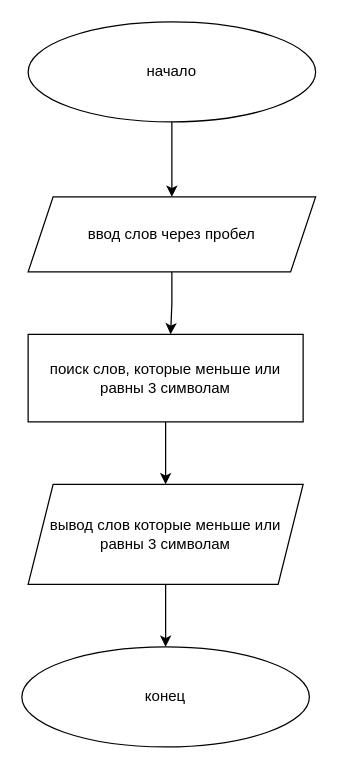
This is simple_sheme.drawio from kkssiinn/-, a draw.io file, before an edit. Source tidied: cells renumbered, new cells numbered last; positions are measured from the earlier drawing's top-left corner, leaving out a move shared by most shapes. Both pictures are drawn from the tidied source at 125%, with x=0, y=0 at pixel (21, 21).
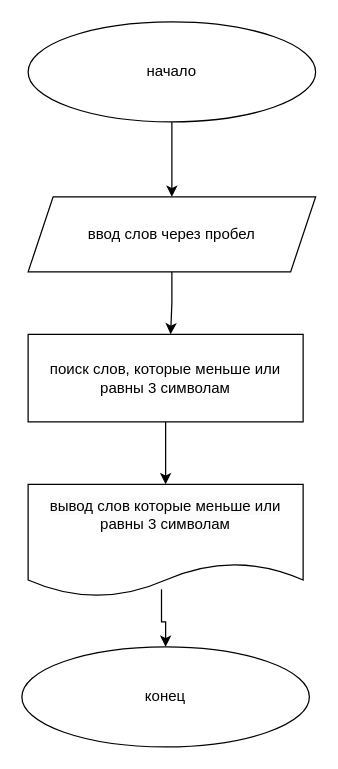
After the change.

Diff of the diagram source:
```diff
@@
 <mxGraphModel>
   <root>
     <mxCell id="0" />
     <mxCell id="1" parent="0" />
     <mxCell id="2" style="edgeStyle=orthogonalEdgeStyle;rounded=0;jettySize=auto;html=1;" parent="1" edge="1" source="3" target="5">
       <mxGeometry relative="1" as="geometry" />
     </mxCell>
     <mxCell id="3" value="начало" style="ellipse;whiteSpace=wrap;html=1;" parent="1" vertex="1">
       <mxGeometry x="5" width="230" height="80" as="geometry" />
     </mxCell>
     <mxCell id="4" style="edgeStyle=orthogonalEdgeStyle;rounded=0;jettySize=auto;html=1;" parent="1" edge="1" source="5">
       <mxGeometry relative="1" as="geometry">
         <mxPoint x="119" y="250" as="targetPoint" />
       </mxGeometry>
     </mxCell>
     <mxCell id="5" value="ввод слов через пробел" style="shape=parallelogram;perimeter=parallelogramPerimeter;whiteSpace=wrap;html=1;fixedSize=1;" parent="1" vertex="1">
       <mxGeometry x="5" y="140" width="230" height="60" as="geometry" />
     </mxCell>
     <mxCell id="6" style="edgeStyle=orthogonalEdgeStyle;rounded=0;orthogonalLoop=1;jettySize=auto;html=1;entryX=0;entryY=0.5;entryDx=0;entryDy=0;" parent="1" edge="1">
       <mxGeometry relative="1" as="geometry">
         <mxPoint x="282.8" y="370" as="targetPoint" />
         <Array as="points">
           <mxPoint x="244" y="480" />
           <mxPoint x="244" y="370" />
         </Array>
       </mxGeometry>
     </mxCell>
-    <mxCell id="7" style="edgeStyle=orthogonalEdgeStyle;rounded=0;jettySize=auto;html=1;" parent="1" edge="1" source="8" target="10">
+    <mxCell id="7" style="edgeStyle=orthogonalEdgeStyle;rounded=0;jettySize=auto;html=1;entryX=0.5;entryY=0;entryDx=0;entryDy=0;" parent="1" edge="1" source="8" target="10">
       <mxGeometry relative="1" as="geometry" />
     </mxCell>
     <mxCell id="8" value="поиск слов, которые меньше или равны 3 символам" style="rounded=0;whiteSpace=wrap;html=1;" parent="1" vertex="1">
       <mxGeometry x="5" y="250" width="220" height="70" as="geometry" />
     </mxCell>
-    <mxCell id="9" style="edgeStyle=orthogonalEdgeStyle;rounded=0;jettySize=auto;html=1;" parent="1" edge="1" source="10" target="11">
+    <mxCell id="9" style="edgeStyle=orthogonalEdgeStyle;rounded=0;jettySize=auto;html=1;exitX=0.485;exitY=0.932;exitDx=0;exitDy=0;exitPerimeter=0;" parent="1" edge="1" source="10" target="11">
       <mxGeometry relative="1" as="geometry" />
     </mxCell>
+    <mxCell id="11" value="конец" style="ellipse;whiteSpace=wrap;html=1;" parent="1" vertex="1">
+      <mxGeometry y="500" width="230" height="80" as="geometry" />
+    </mxCell>
-    <mxCell id="10" value="вывод слов которые меньше или равны 3 символам" style="shape=parallelogram;perimeter=parallelogramPerimeter;whiteSpace=wrap;html=1;fixedSize=1;" parent="1" vertex="1">
-      <mxGeometry x="5" y="370" width="220" height="80" as="geometry" />
+    <mxCell id="10" value="&#10;&lt;span style=&quot;color: rgb(0, 0, 0); font-family: Helvetica; font-size: 12px; font-style: normal; font-variant-ligatures: normal; font-variant-caps: normal; font-weight: 400; letter-spacing: normal; orphans: 2; text-align: center; text-indent: 0px; text-transform: none; widows: 2; word-spacing: 0px; -webkit-text-stroke-width: 0px; background-color: rgb(251, 251, 251); text-decoration-thickness: initial; text-decoration-style: initial; text-decoration-color: initial; float: none; display: inline !important;&quot;&gt;вывод слов которые меньше или равны 3 символам&lt;/span&gt;&#10;&#10;" style="shape=document;whiteSpace=wrap;html=1;boundedLbl=1;" parent="1" vertex="1">
+      <mxGeometry x="5" y="370" width="220" height="90" as="geometry" />
     </mxCell>
-    <mxCell id="11" value="конец" style="ellipse;whiteSpace=wrap;html=1;" parent="1" vertex="1">
-      <mxGeometry y="500" width="230" height="80" as="geometry" />
-    </mxCell>
   </root>
 </mxGraphModel>
```
